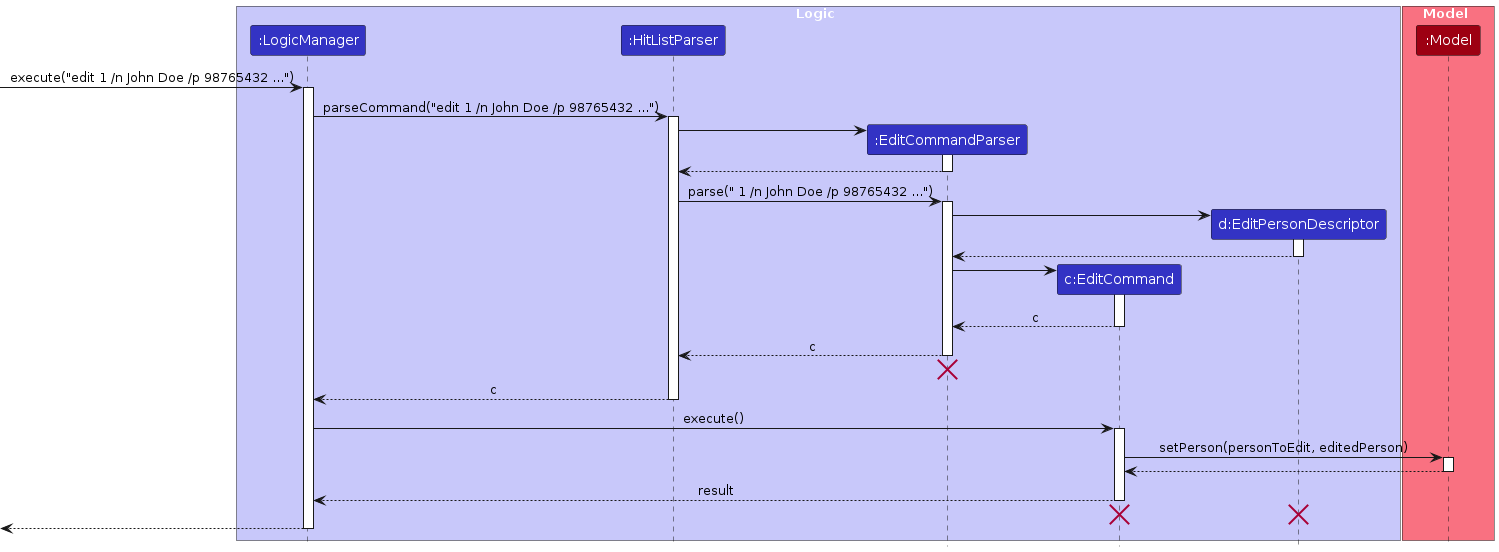
Before: diagrams/edit-person/PersonEditSequenceDiagram-Logic.png, a diagram exported from PlantUML (AY2526S2-CS2103T-W11-2/tp). Its source is kept beside it as diagrams/edit-person/PersonEditSequenceDiagram-Logic.puml.
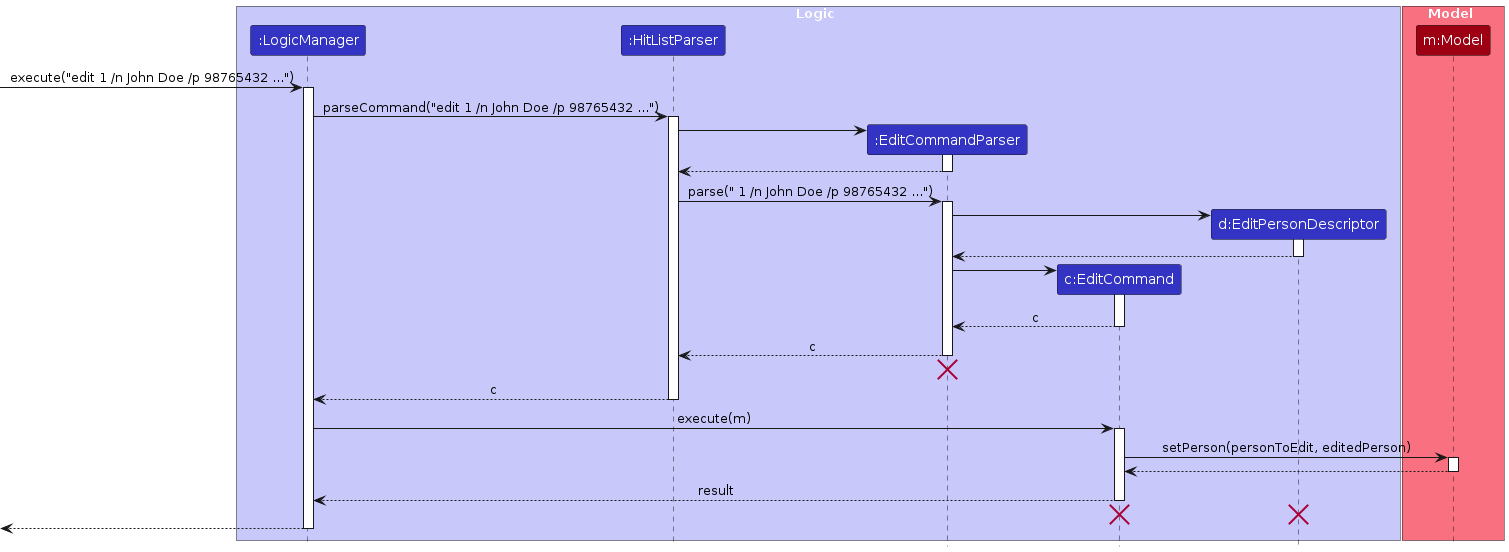
Above is the later version.

Diff of the diagram source:
```diff
@@ -12,8 +12,7 @@
 end box
 
 box Model MODEL_COLOR_T1
-participant ":Model" as Model MODEL_COLOR
-
+participant "m:Model" as Model MODEL_COLOR
 end box
 
 [-> LogicManager : execute("edit 1 /n John Doe /p 98765432 ...")
@@ -54,7 +53,7 @@
 HitListParser --> LogicManager : c
 deactivate HitListParser
 
-LogicManager -> EditCommand : execute()
+LogicManager -> EditCommand : execute(m)
 activate EditCommand
 
 EditCommand -> Model : setPerson(personToEdit, editedPerson)
```
